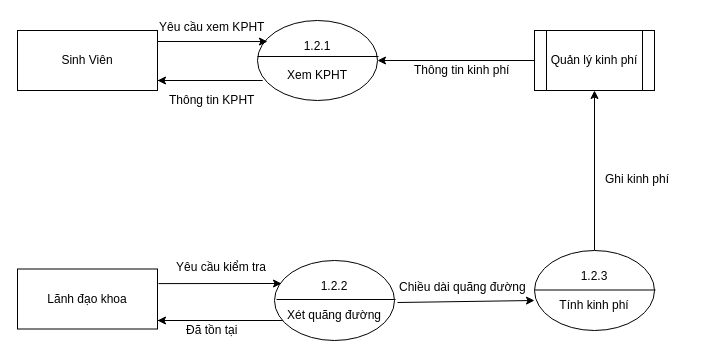
The draw.io diagram PTTK HTTT/DFD/MH_DFD(2)_2 (2).drawio in tronghao/DaAnCSDL, before the edit. Source tidied: cells renumbered, new cells numbered last; positions are measured from the earlier drawing's top-left corner, leaving out a move shared by most shapes. Both pictures are drawn from the tidied source at 100%, with x=0, y=0 at pixel (17, 17).
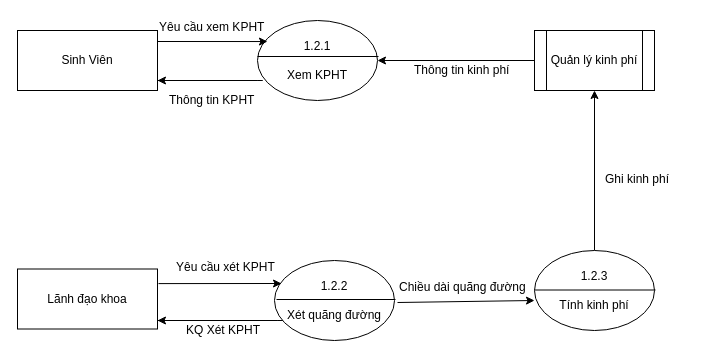
After the change.

Diff of the diagram source:
```diff
@@
-    <mxCell id="12" value="Đã tồn tại" style="text;html=1;align=left;verticalAlign=top;spacingTop=-4;" parent="1" vertex="1">
-      <mxGeometry x="167" y="303" width="70" height="20" as="geometry" />
+    <mxCell id="12" value="KQ Xét KPHT" style="text;html=1;align=left;verticalAlign=top;spacingTop=-4;" parent="1" vertex="1">
+      <mxGeometry x="167" y="303" width="90" height="20" as="geometry" />
     </mxCell>
-    <mxCell id="13" value="Yêu cầu kiểm tra" style="text;html=1;align=left;verticalAlign=top;spacingTop=-4;" parent="1" vertex="1">
+    <mxCell id="13" value="Yêu cầu xét KPHT" style="text;html=1;align=left;verticalAlign=top;spacingTop=-4;" parent="1" vertex="1">
       <mxGeometry x="157" y="240" width="110" height="20" as="geometry" />
     </mxCell>
```
